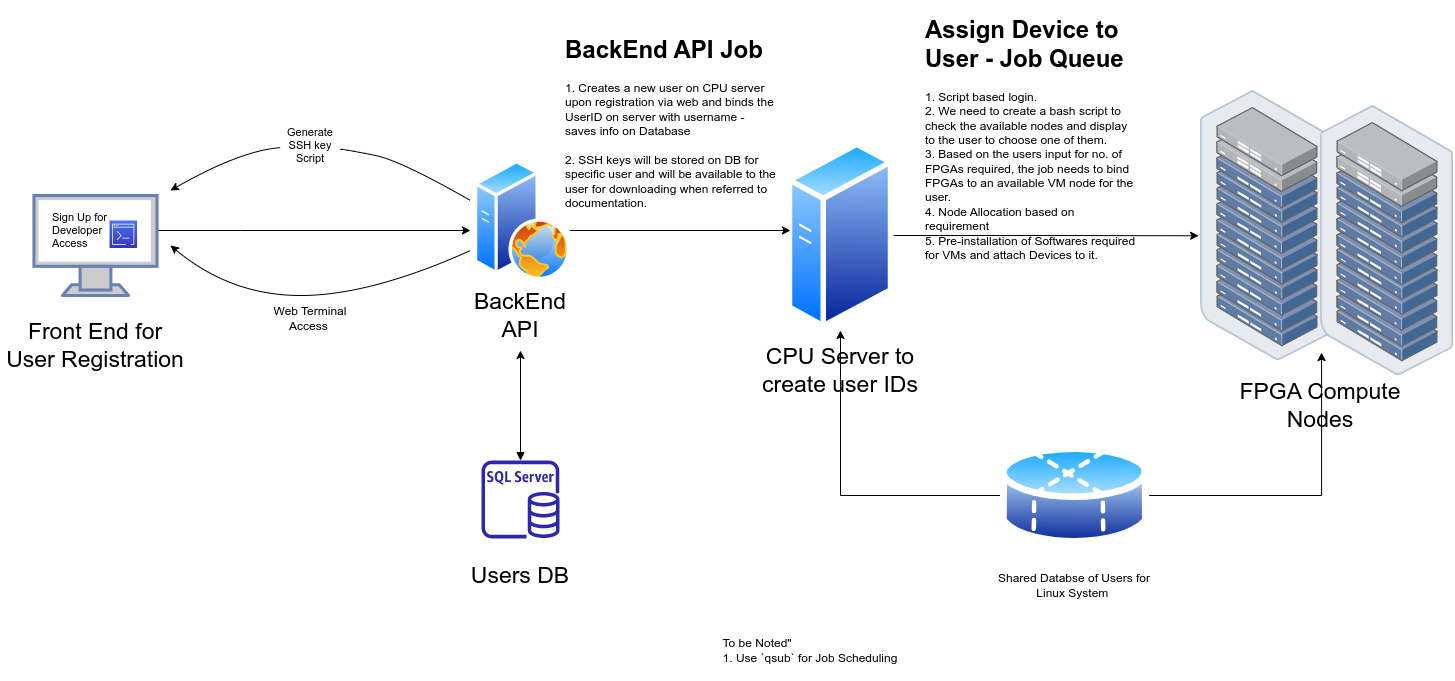
The draw.io diagram Intel DevCloud Flow.drawio.png in belanasaikiran/FlowCharts, before a commit. Source tidied: cells renumbered, new cells last; positions are measured from the earlier drawing's top-left corner, leaving out a move shared by most shapes.
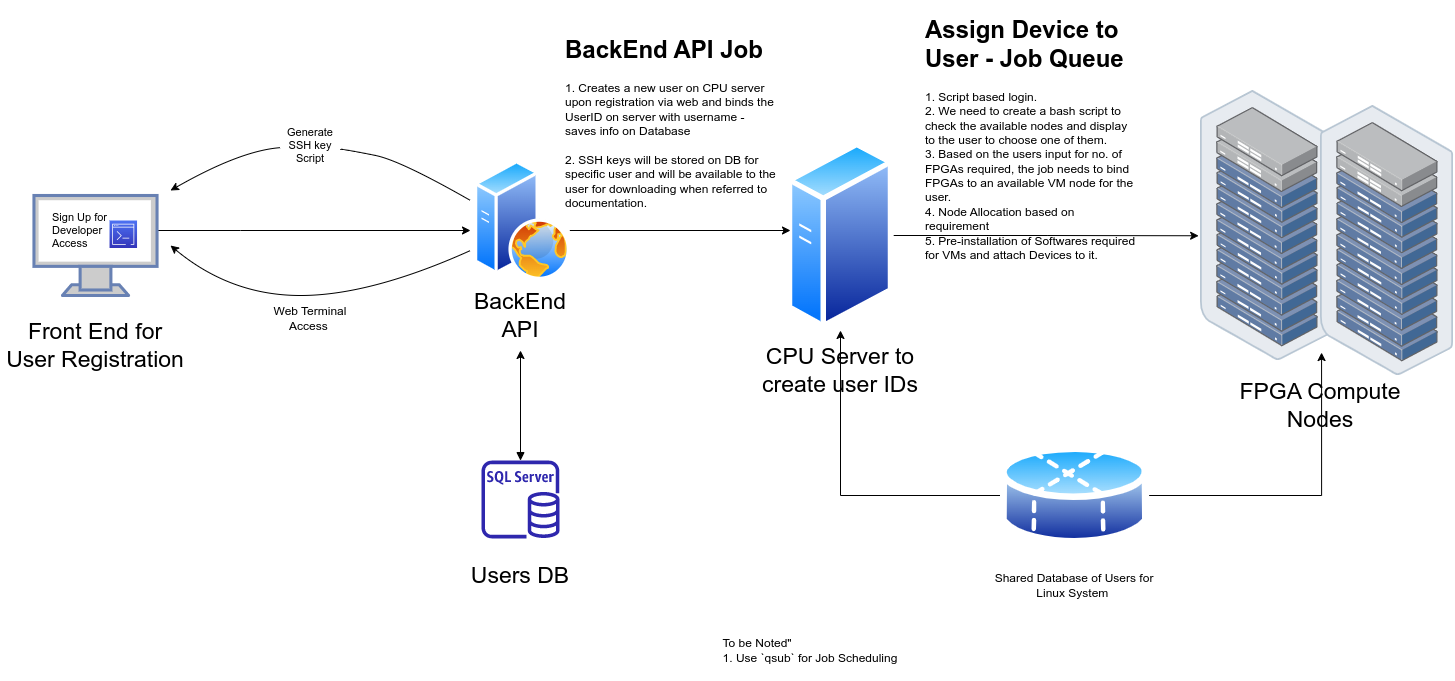
Above is the later version.

Change to the diagram source:
```diff
@@ -132,7 +132,7 @@
     <mxCell id="34" style="perimeter=ellipsePerimeter;html=1;align=center;shadow=0;dashed=0;spacingTop=3;image;image=img/lib/active_directory/database_partition_4.svg;" parent="1" vertex="1">
       <mxGeometry x="1000" y="430" width="148.7" height="110" as="geometry" />
     </mxCell>
-    <mxCell id="35" value="Shared Databse of Users for Linux System&amp;nbsp;" style="text;html=1;strokeColor=none;fillColor=none;align=center;verticalAlign=middle;whiteSpace=wrap;rounded=0;" parent="1" vertex="1">
+    <mxCell id="35" value="Shared Database of Users for Linux System&amp;nbsp;" style="text;html=1;strokeColor=none;fillColor=none;align=center;verticalAlign=middle;whiteSpace=wrap;rounded=0;" parent="1" vertex="1">
       <mxGeometry x="984.3" y="560" width="180" height="30" as="geometry" />
     </mxCell>
   </root>
```
